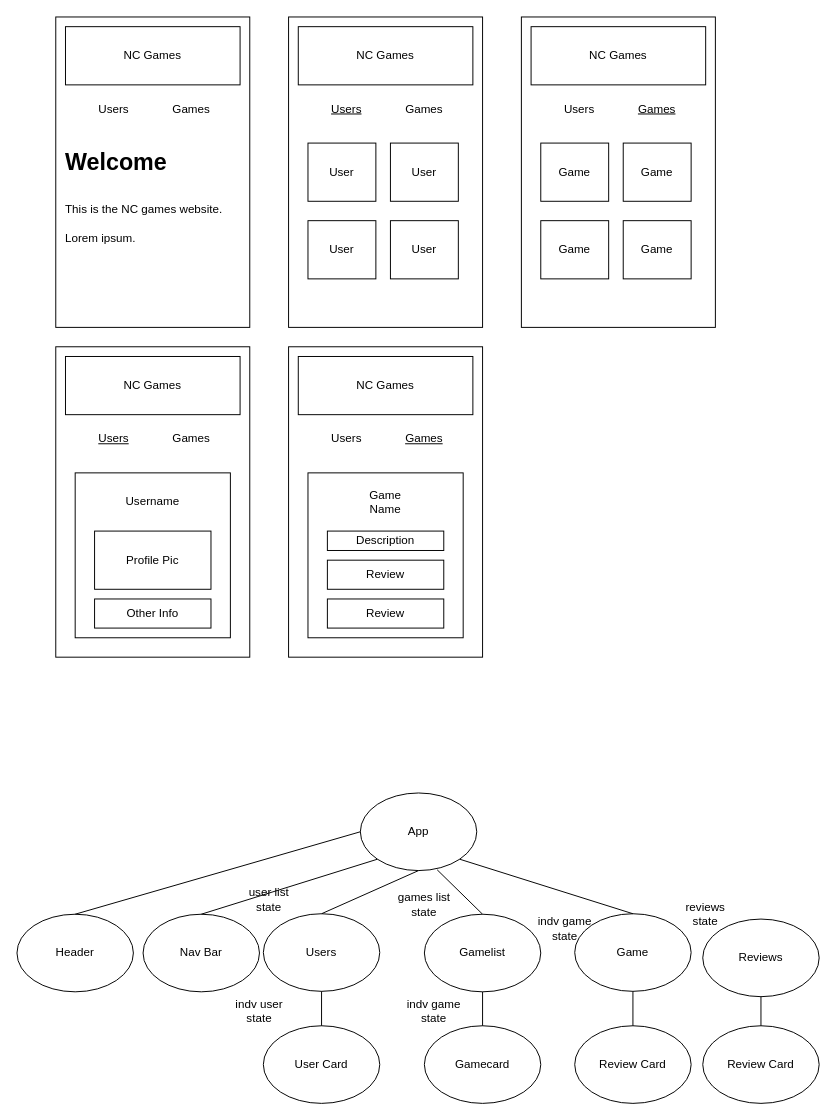
omris-elda/fe-nc-games keeps this draw.io diagram as fe-nc-games.drawio. Above is the earlier version. Source tidied: cells renumbered, new cells numbered last; positions are measured from the earlier drawing's top-left corner, leaving out a move shared by most shapes. Both pictures are drawn from the tidied source at 97%, with x=0, y=0 at pixel (16, 16).
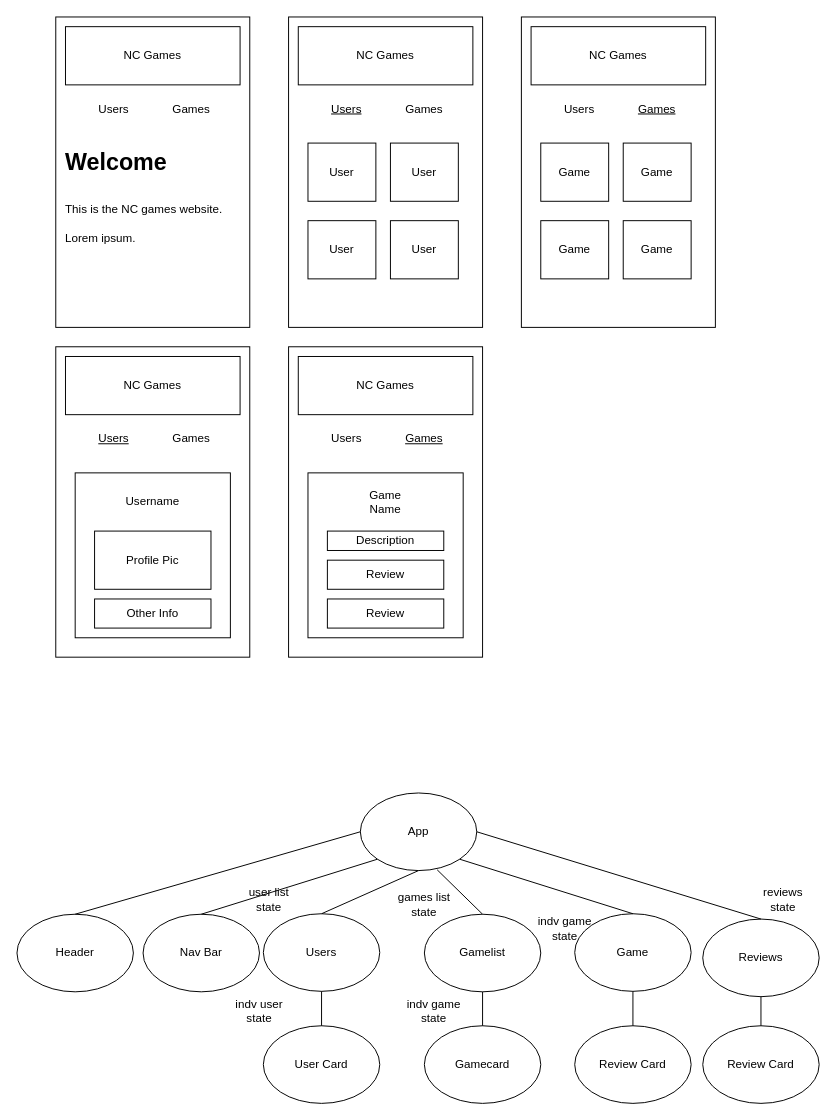
The same diagram, later.

The change refers to these unchanged cells:
```xml
<mxCell id="33" value="App" style="ellipse;whiteSpace=wrap;html=1;" parent="1" vertex="1">
  <mxGeometry x="354" y="800" width="120" height="80" as="geometry" />
</mxCell>
<mxCell id="75" value="Reviews" style="ellipse;whiteSpace=wrap;html=1;" parent="1" vertex="1">
  <mxGeometry x="707" y="930" width="120" height="80" as="geometry" />
</mxCell>
```

What changed in the source:
```diff
@@
     <mxCell id="78" value="reviews state" style="text;html=1;strokeColor=none;fillColor=none;align=center;verticalAlign=middle;whiteSpace=wrap;rounded=0;" parent="1" vertex="1">
-      <mxGeometry x="680" y="910" width="60" height="30" as="geometry" />
+      <mxGeometry x="760" y="894.5" width="60" height="30" as="geometry" />
     </mxCell>
+    <mxCell id="79" style="endArrow=none;html=1;rounded=0;entryX=1;entryY=0.5;entryDx=0;entryDy=0;exitX=0.5;exitY=0;exitDx=0;exitDy=0;" parent="1" edge="1" source="75" target="33">
+      <mxGeometry relative="1" as="geometry" />
+    </mxCell>
```
